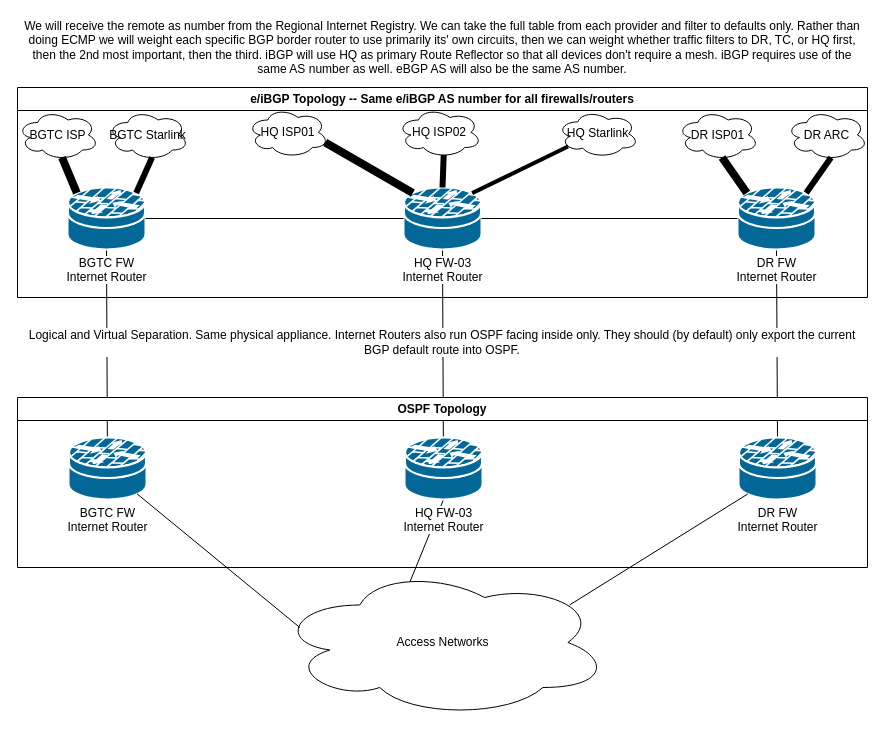
This is page "BGP Design" (2 of 2) of Future_Network.drawio from adamrt918/Diagram, a draw.io file, before an edit. Source tidied: cells renumbered, new cells numbered last; positions are measured from the earlier drawing's top-left corner, leaving out a move shared by most shapes. Both pictures are drawn from the tidied source at 100%, with x=0, y=0 at pixel (17, 17).
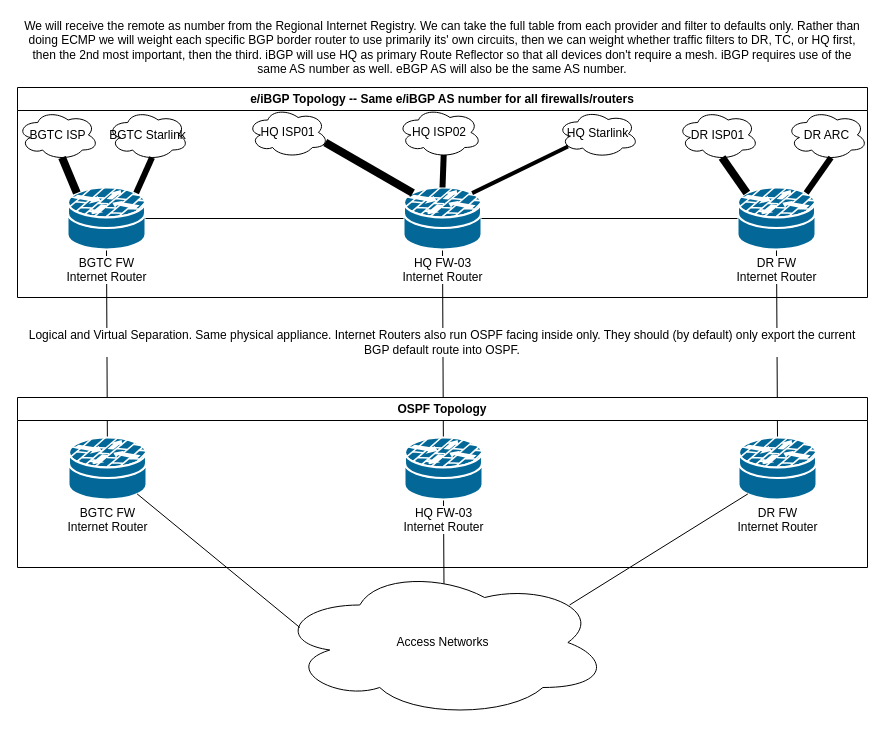
After the change.

The change refers to these unchanged cells:
```xml
<mxCell id="28" value="&lt;span style=&quot;background-color: light-dark(#ffffff, var(--ge-dark-color, #121212));&quot;&gt;HQ FW-03&lt;/span&gt;&lt;div&gt;&lt;span style=&quot;background-color: light-dark(#ffffff, var(--ge-dark-color, #121212));&quot;&gt;Internet Router&lt;/span&gt;&lt;/div&gt;" style="shape=mxgraph.cisco.security.router_firewall;sketch=0;html=1;dashed=0;fillColor=#036897;strokeColor=#ffffff;strokeWidth=2;verticalLabelPosition=bottom;verticalAlign=top;align=center;outlineConnect=0;" parent="27" vertex="1">
  <mxGeometry x="387" y="40" width="78" height="62" as="geometry" />
</mxCell>
<mxCell id="32" value="Access Networks" style="ellipse;shape=cloud;whiteSpace=wrap;html=1;" parent="1" vertex="1">
  <mxGeometry x="259" y="550" width="333" height="150" as="geometry" />
</mxCell>
```

What changed in the source:
```diff
@@
-    <mxCell id="2" style="endArrow=none;html=1;rounded=0;exitX=0.5;exitY=1;exitDx=0;exitDy=0;exitPerimeter=0;entryX=0.4;entryY=0.1;entryDx=0;entryDy=0;entryPerimeter=0;" parent="1" edge="1" source="28" target="32">
+    <mxCell id="2" style="endArrow=none;html=1;rounded=0;exitX=0.5;exitY=1;exitDx=0;exitDy=0;exitPerimeter=0;entryX=0.505;entryY=0.927;entryDx=0;entryDy=0;entryPerimeter=0;" parent="1" edge="1" source="28" target="32">
       <mxGeometry relative="1" as="geometry" />
     </mxCell>
```
